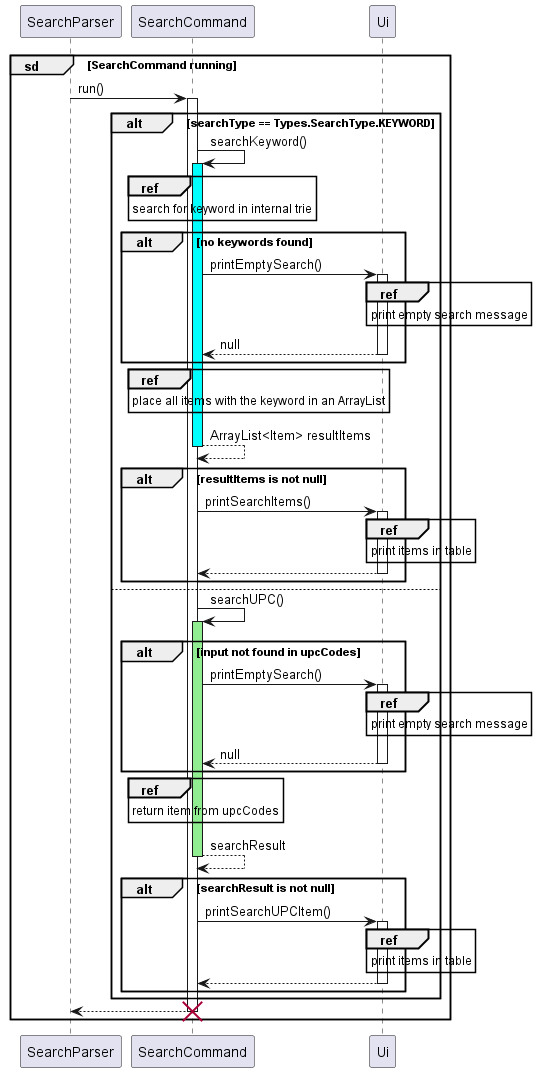
Above: docs/UML/Search/SearchCommand.png in nus-cs2113-AY2223S2/tp (PlantUML), before the change. The source it was exported from:
```plantuml
@startuml
participant SearchParser

group sd [SearchCommand running]
    SearchParser -> SearchCommand: run()
    activate SearchCommand
    participant SearchCommand
    participant Ui
    alt searchType == Types.SearchType.KEYWORD
        SearchCommand -> SearchCommand: searchKeyword()
        activate SearchCommand #cyan
        ref over SearchCommand
            search for keyword in internal trie
        end ref
        alt no keywords found
            SearchCommand -> Ui: printEmptySearch()
            activate Ui
            ref over Ui
                print empty search message
            end ref
            return null
        end
        ref over SearchCommand
            place all items with the keyword in an ArrayList
        end ref
        return ArrayList<Item> resultItems
        alt resultItems is not null
            SearchCommand -> Ui: printSearchItems()
            activate Ui
            ref over Ui
                print items in table
            end ref
            return
        end
    else
        SearchCommand -> SearchCommand: searchUPC()
        activate SearchCommand #lightgreen
        alt input not found in upcCodes
            SearchCommand -> Ui: printEmptySearch()
            activate Ui
            ref over Ui
                print empty search message
            end ref
            return null
        end
        ref over SearchCommand
            return item from upcCodes
        end ref
        return searchResult
        alt searchResult is not null
            SearchCommand -> Ui: printSearchUPCItem()
            activate Ui
            ref over Ui
                print items in table
            end ref
            return
        end
    end
    return
    deactivate SearchCommand
    destroy SearchCommand
end
@enduml
```
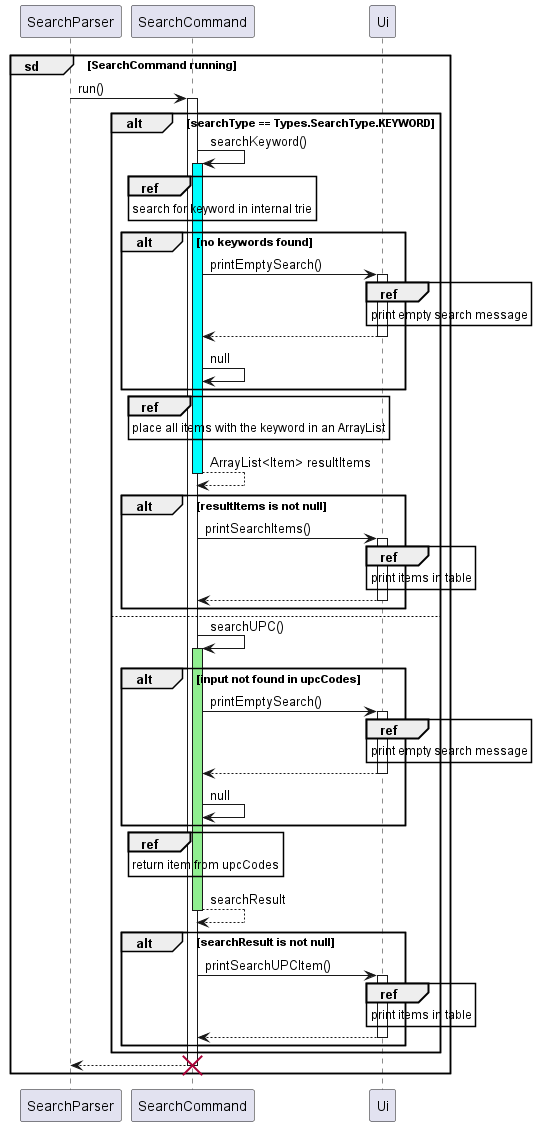
After the commit.

Commit message:
Fix diagram error in SearchCommand sequence uml diagram

Change to the diagram source:
```diff
@@ -18,7 +18,8 @@
             ref over Ui
                 print empty search message
             end ref
-            return null
+            return
+            SearchCommand -> SearchCommand: null
         end
         ref over SearchCommand
             place all items with the keyword in an ArrayList
@@ -41,7 +42,8 @@
             ref over Ui
                 print empty search message
             end ref
-            return null
+            return
+            SearchCommand -> SearchCommand: null
         end
         ref over SearchCommand
             return item from upcCodes
```
